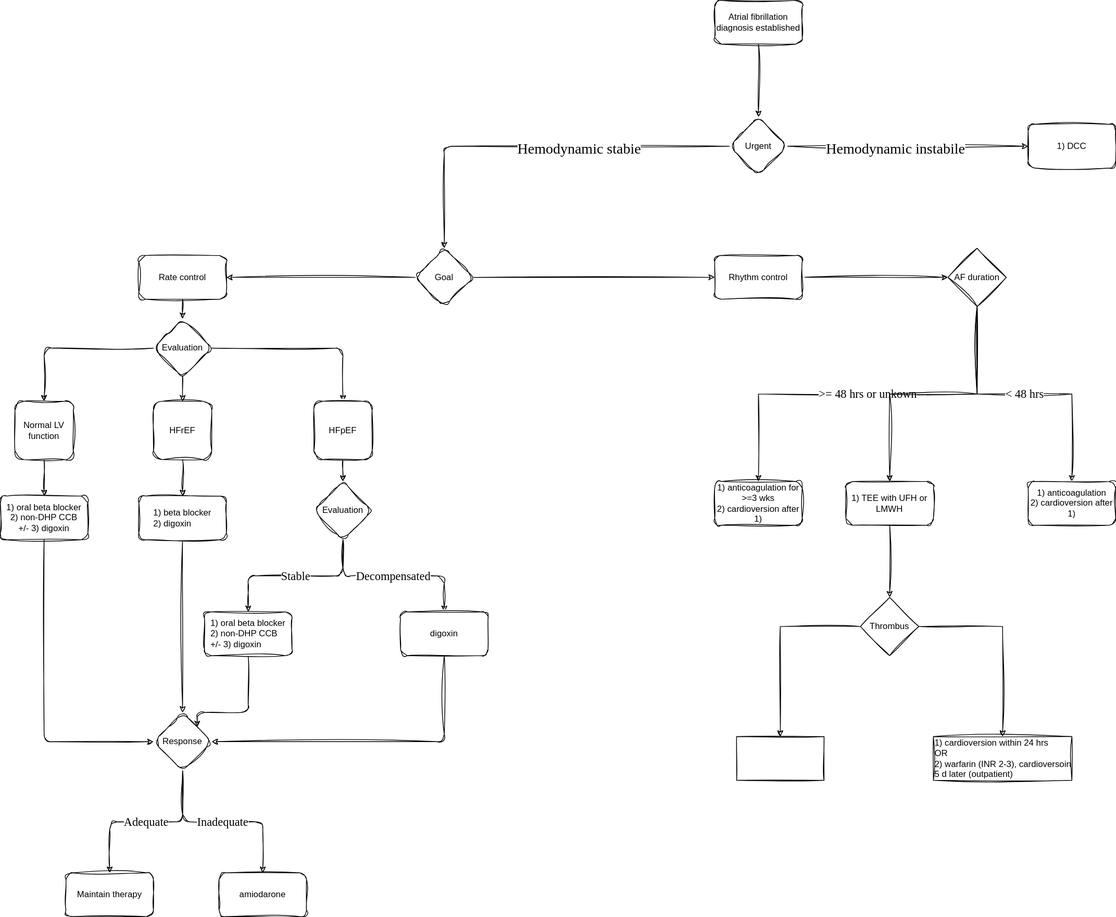
TomHsiung/Cardiology keeps this draw.io diagram as Atrial fibrillation/AF algorithm.svg. Above is the earlier version. Source tidied: cells renumbered, new cells last; positions are measured from the earlier drawing's top-left corner, leaving out a move shared by most shapes.
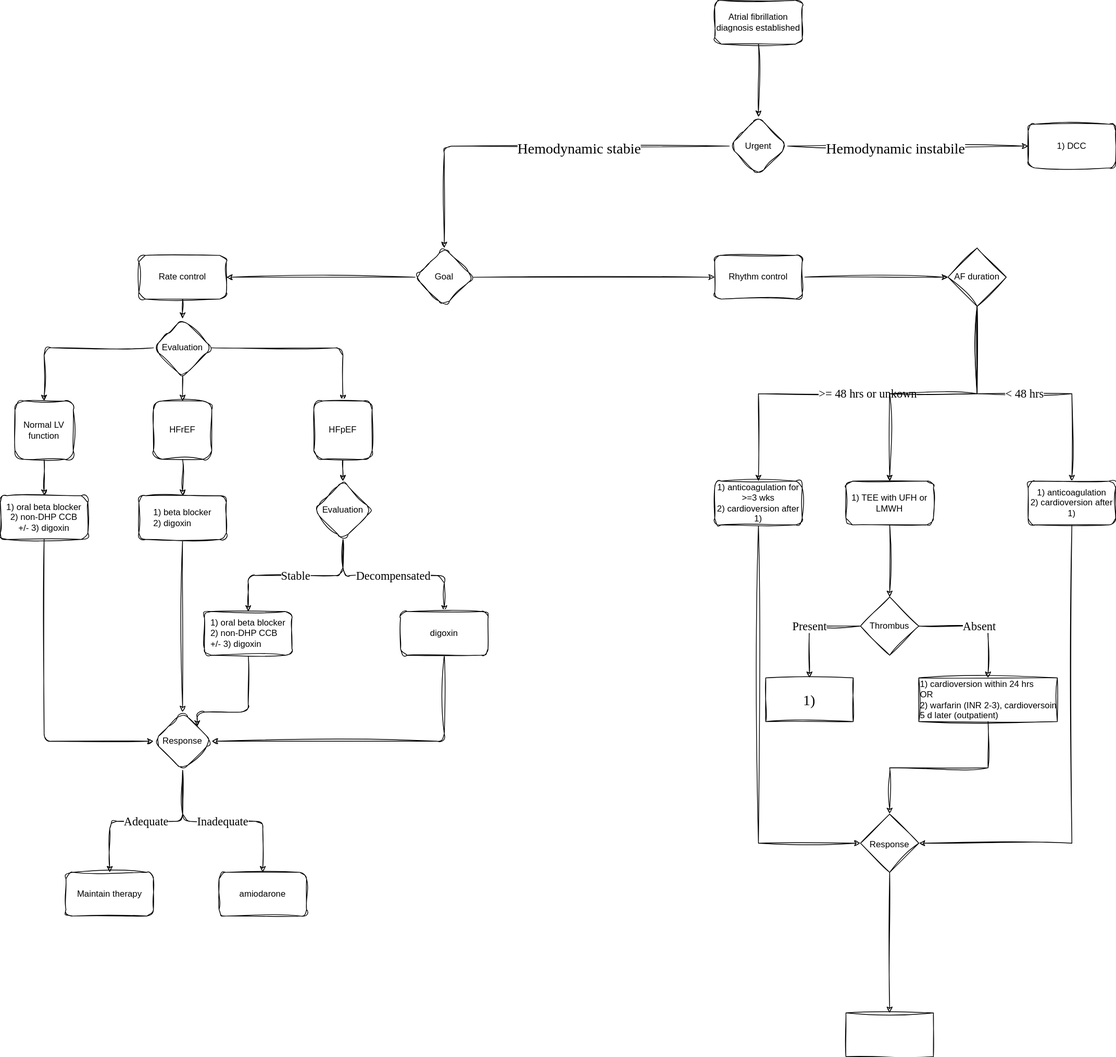
The same diagram one commit later.

What changed in the source:
```diff
@@ -148,9 +148,18 @@
     <mxCell id="46" value="AF duration" style="rhombus;whiteSpace=wrap;html=1;sketch=1;curveFitting=1;jiggle=2;" parent="1" vertex="1">
       <mxGeometry x="1300" y="340" width="80" height="80" as="geometry" />
     </mxCell>
+    <mxCell id="56" style="edgeStyle=orthogonalEdgeStyle;rounded=0;sketch=1;hachureGap=4;jiggle=2;curveFitting=1;jettySize=auto;html=1;entryX=0;entryY=0.5;entryDx=0;entryDy=0;fontFamily=Helvetica;fontSize=12;exitX=0.5;exitY=1;exitDx=0;exitDy=0;" parent="1" edge="1" source="47" target="61">
+      <mxGeometry relative="1" as="geometry" />
+    </mxCell>
     <mxCell id="47" value="1) anticoagulation for &amp;gt;=3 wks&lt;br&gt;2) cardioversion after 1)" style="rounded=1;whiteSpace=wrap;html=1;sketch=1;curveFitting=1;jiggle=2;" parent="1" vertex="1">
       <mxGeometry x="980" y="660" width="120" height="60" as="geometry" />
     </mxCell>
+    <mxCell id="57" style="edgeStyle=orthogonalEdgeStyle;rounded=0;sketch=1;hachureGap=4;jiggle=2;curveFitting=1;jettySize=auto;html=1;exitX=0.5;exitY=1;exitDx=0;exitDy=0;entryX=0.5;entryY=0;entryDx=0;entryDy=0;fontFamily=Helvetica;fontSize=12;startArrow=none;" parent="1" edge="1" source="55" target="61">
+      <mxGeometry relative="1" as="geometry" />
+    </mxCell>
+    <mxCell id="58" style="edgeStyle=orthogonalEdgeStyle;rounded=0;sketch=1;hachureGap=4;jiggle=2;curveFitting=1;jettySize=auto;html=1;entryX=1;entryY=0.5;entryDx=0;entryDy=0;fontFamily=Helvetica;fontSize=12;exitX=0.5;exitY=1;exitDx=0;exitDy=0;" parent="1" edge="1" source="48" target="61">
+      <mxGeometry relative="1" as="geometry" />
+    </mxCell>
     <mxCell id="48" value="1) anticoagulation&lt;br&gt;2) cardioversion after 1)" style="rounded=1;whiteSpace=wrap;html=1;sketch=1;curveFitting=1;jiggle=2;" parent="1" vertex="1">
       <mxGeometry x="1410" y="660" width="120" height="60" as="geometry" />
     </mxCell>
@@ -160,20 +169,29 @@
     <mxCell id="50" value="1) TEE with UFH or LMWH" style="rounded=1;whiteSpace=wrap;html=1;sketch=1;curveFitting=1;jiggle=2;" parent="1" vertex="1">
       <mxGeometry x="1160" y="660" width="120" height="60" as="geometry" />
     </mxCell>
-    <mxCell id="51" style="edgeStyle=orthogonalEdgeStyle;rounded=0;jettySize=auto;html=1;sketch=1;curveFitting=1;jiggle=2;" parent="1" edge="1" source="53" target="54">
-      <mxGeometry relative="1" as="geometry" />
-    </mxCell>
-    <mxCell id="52" style="edgeStyle=orthogonalEdgeStyle;rounded=0;jettySize=auto;html=1;sketch=1;curveFitting=1;jiggle=2;" parent="1" edge="1" source="53" target="55">
+    <mxCell id="52" value="&lt;font style=&quot;font-size: 16px;&quot; face=&quot;Architects Daughter&quot;&gt;Absent&lt;/font&gt;" style="edgeStyle=orthogonalEdgeStyle;rounded=0;jettySize=auto;html=1;sketch=1;curveFitting=1;jiggle=2;exitX=1;exitY=0.5;exitDx=0;exitDy=0;" parent="1" edge="1" source="53" target="55">
       <mxGeometry relative="1" as="geometry" />
     </mxCell>
+    <mxCell id="59" value="&lt;font style=&quot;font-size: 16px;&quot; face=&quot;Architects Daughter&quot;&gt;Present&lt;/font&gt;" style="edgeStyle=orthogonalEdgeStyle;rounded=0;sketch=1;hachureGap=4;jiggle=2;curveFitting=1;jettySize=auto;html=1;fontFamily=Helvetica;fontSize=12;" parent="1" edge="1" source="53" target="63">
+      <mxGeometry relative="1" as="geometry" />
+    </mxCell>
     <mxCell id="53" value="Thrombus" style="rhombus;whiteSpace=wrap;html=1;sketch=1;curveFitting=1;jiggle=2;" parent="1" vertex="1">
       <mxGeometry x="1180" y="819" width="80" height="80" as="geometry" />
     </mxCell>
-    <mxCell id="54" style="whiteSpace=wrap;html=1;sketch=1;curveFitting=1;jiggle=2;" parent="1" vertex="1">
-      <mxGeometry x="1010" y="1010" width="120" height="60" as="geometry" />
-    </mxCell>
+    <mxCell id="60" style="edgeStyle=orthogonalEdgeStyle;rounded=0;sketch=1;hachureGap=4;jiggle=2;curveFitting=1;jettySize=auto;html=1;fontFamily=Helvetica;fontSize=12;" parent="1" edge="1" source="61" target="62">
+      <mxGeometry relative="1" as="geometry" />
+    </mxCell>
+    <mxCell id="61" value="&lt;font style=&quot;font-size: 12px;&quot; face=&quot;Helvetica&quot;&gt;Response&lt;/font&gt;" style="rhombus;whiteSpace=wrap;html=1;sketch=1;hachureGap=4;jiggle=2;curveFitting=1;fontFamily=Architects Daughter;fontSource=https%3A%2F%2Ffonts.googleapis.com%2Fcss%3Ffamily%3DArchitects%2BDaughter;fontSize=16;" parent="1" vertex="1">
+      <mxGeometry x="1180" y="1117" width="80" height="80" as="geometry" />
+    </mxCell>
     <mxCell id="55" value="1) cardioversion within 24 hrs&lt;br&gt;OR&lt;br&gt;2) warfarin (INR 2-3), cardioversoin 5 d later (outpatient)" style="whiteSpace=wrap;html=1;align=left;sketch=1;curveFitting=1;jiggle=2;" parent="1" vertex="1">
-      <mxGeometry x="1280" y="1010" width="190" height="60" as="geometry" />
+      <mxGeometry x="1260" y="930" width="190" height="60" as="geometry" />
     </mxCell>
+    <mxCell id="62" style="whiteSpace=wrap;html=1;fontSize=16;fontFamily=Architects Daughter;sketch=1;hachureGap=4;jiggle=2;curveFitting=1;fontSource=https%3A%2F%2Ffonts.googleapis.com%2Fcss%3Ffamily%3DArchitects%2BDaughter;" parent="1" vertex="1">
+      <mxGeometry x="1160" y="1390" width="120" height="60" as="geometry" />
+    </mxCell>
+    <mxCell id="63" value="1)" style="whiteSpace=wrap;html=1;sketch=1;curveFitting=1;jiggle=2;hachureGap=4;fontFamily=Architects Daughter;fontSource=https%3A%2F%2Ffonts.googleapis.com%2Fcss%3Ffamily%3DArchitects%2BDaughter;fontSize=20;" parent="1" vertex="1">
+      <mxGeometry x="1050" y="930" width="120" height="60" as="geometry" />
+    </mxCell>
   </root>
 </mxGraphModel>
```
